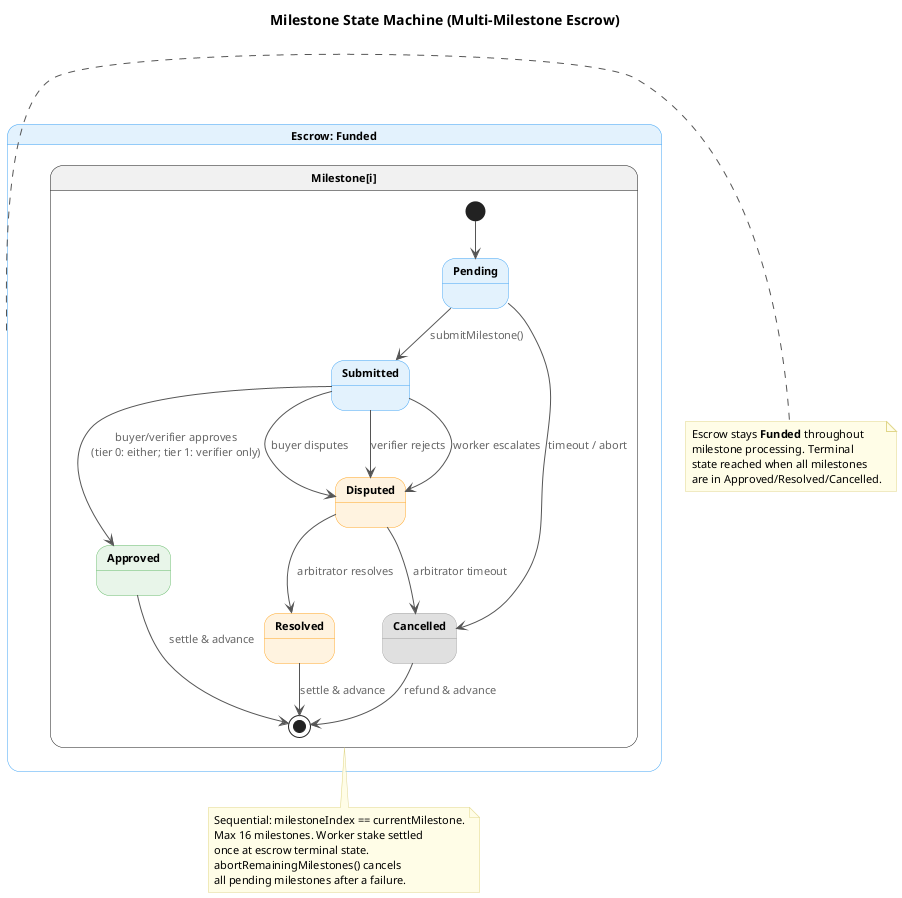
Above: docs/diagrams/milestone-state-machine.png in eddiefleurent/agent-escrow (PlantUML), before the change.
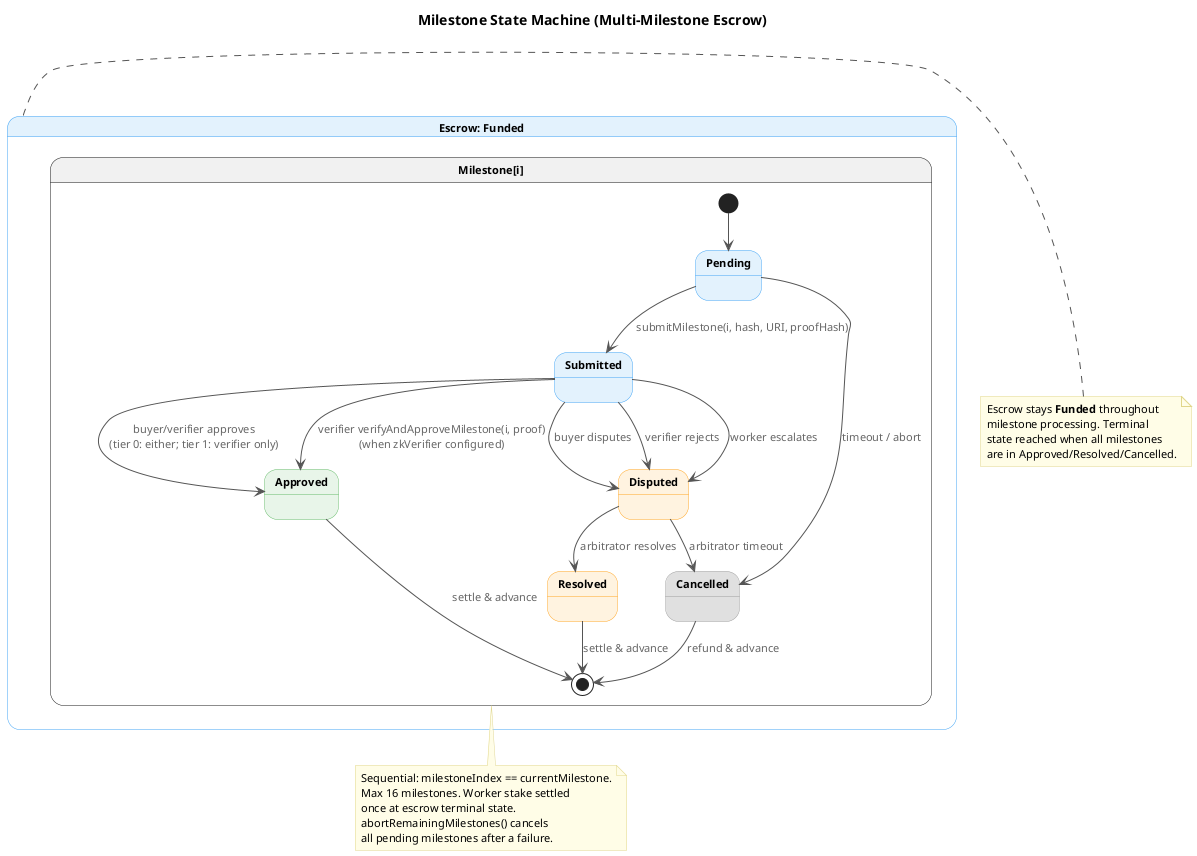
Later version of the same file.

The edit, as a diff of the source:
```diff
@@ -33,10 +33,11 @@
 
     [*] --> Pending
 
-    Pending --> MsSubmitted : submitMilestone()
+    Pending --> MsSubmitted : submitMilestone(i, hash, URI, proofHash)
     Pending --> MsCancelled : timeout / abort
 
     MsSubmitted --> MsApproved : buyer/verifier approves\n(tier 0: either; tier 1: verifier only)
+    MsSubmitted --> MsApproved : verifier verifyAndApproveMilestone(i, proof)\n(when zkVerifier configured)
     MsSubmitted --> MsDisputed : buyer disputes
     MsSubmitted --> MsDisputed : verifier rejects
     MsSubmitted --> MsDisputed : worker escalates
```
